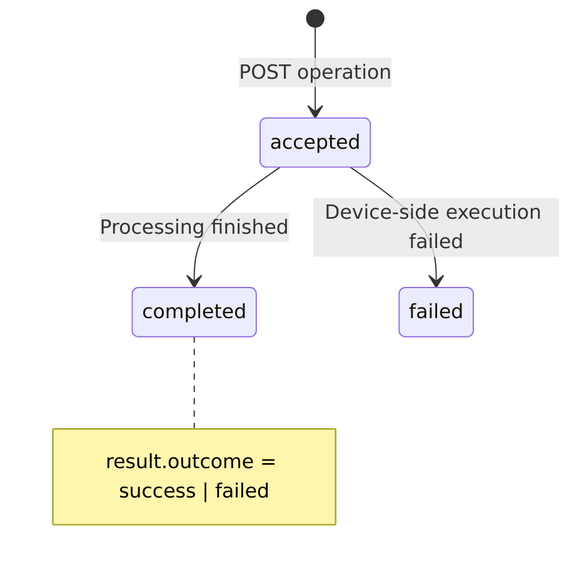
This is documentation/API_documentation/diagrams/operation-lifecycle.png from camaraproject/IoTDeviceManagement, a Mermaid export, as it was before one commit. Its source is kept beside it as documentation/API_documentation/diagrams/operation-lifecycle.mmd. The source it was exported from:
```mermaid
stateDiagram-v2
    [*] --> accepted: POST operation
    accepted --> completed: Processing finished
    accepted --> failed: Device-side execution failed
    note right of completed: result.outcome = success | failed
```
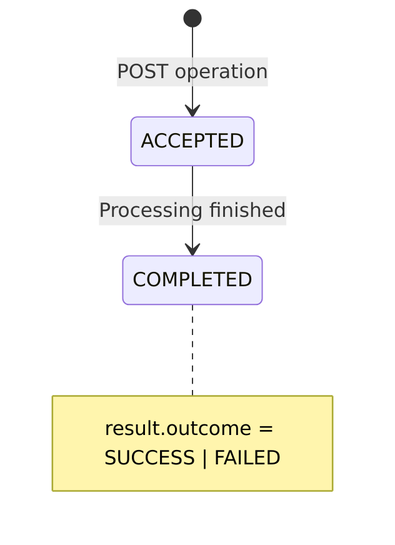
The same file after the commit.

Commit message:
fix: use two-state operation status and capitalize state enums

The edit, as a diff of the source:
```diff
@@ -1,5 +1,4 @@
 stateDiagram-v2
-    [*] --> accepted: POST operation
-    accepted --> completed: Processing finished
-    accepted --> failed: Device-side execution failed
-    note right of completed: result.outcome = success | failed
+    [*] --> ACCEPTED: POST operation
+    ACCEPTED --> COMPLETED: Processing finished
+    note right of COMPLETED: result.outcome = SUCCESS | FAILED
```
